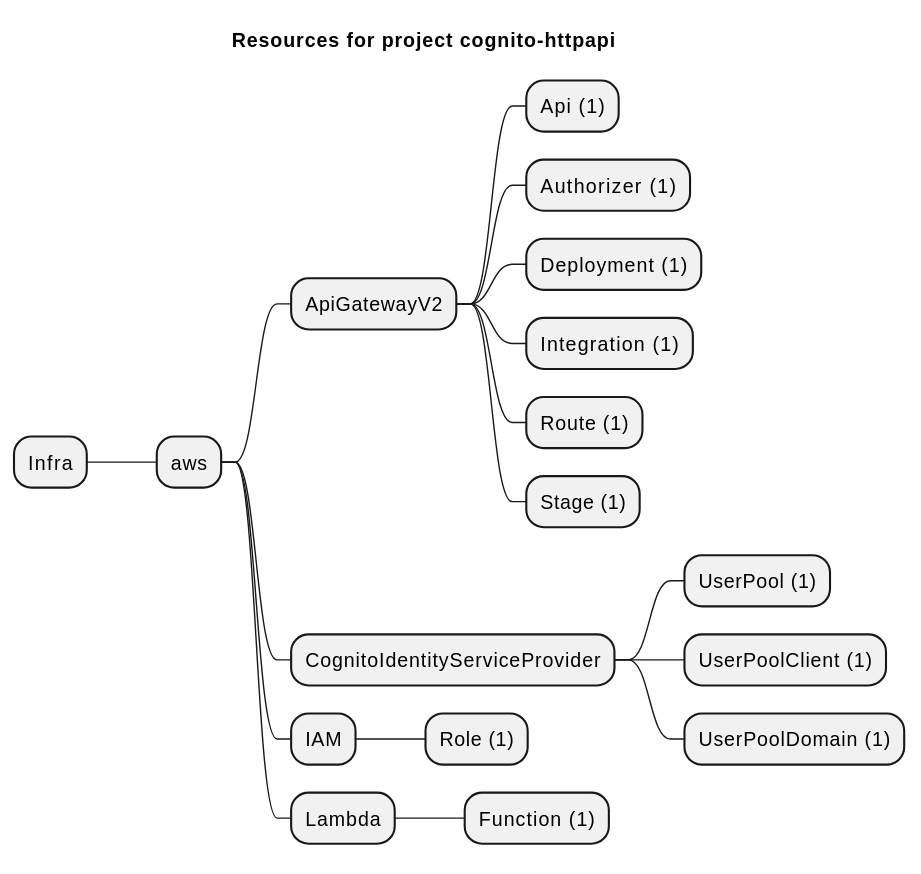
grucloud/grucloud keeps this PlantUML diagram as examples/aws/CognitoIdentity/cognito-httpapi/artifacts/resources-mindmap.svg. Above is the earlier version.
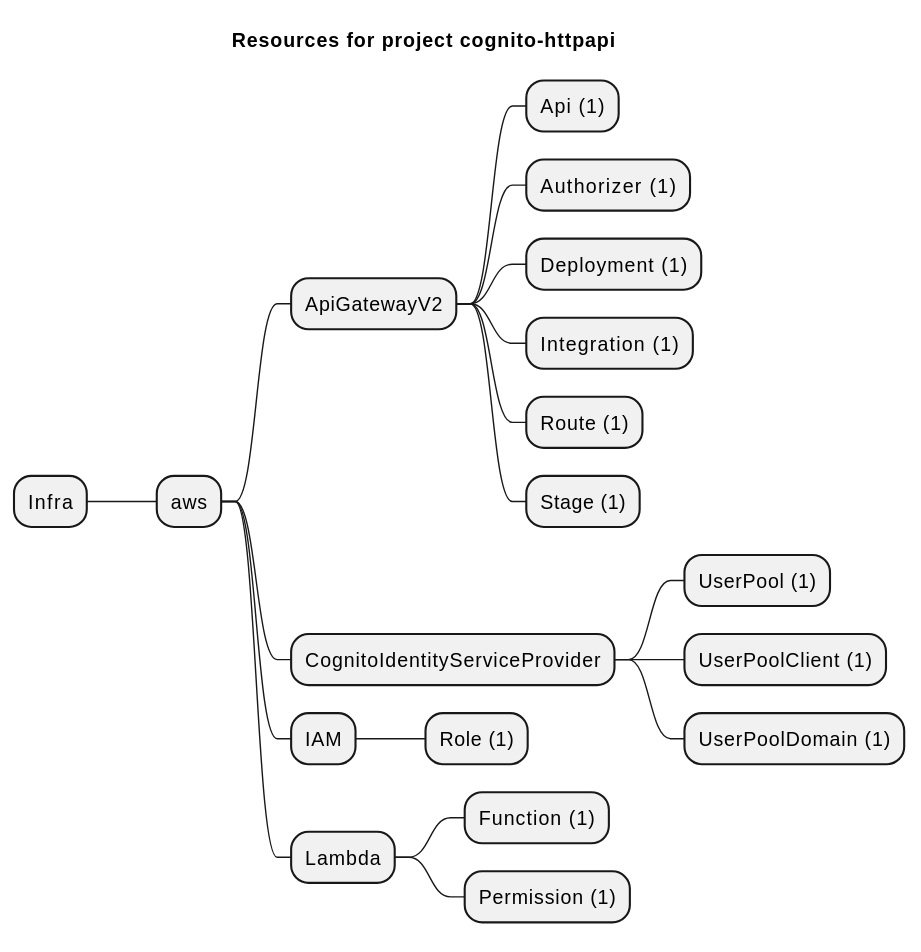
Above is the later version.

What changed in the source:
```diff
@@ -18,4 +18,5 @@
 ++++ Role (1)
 +++ Lambda
 ++++ Function (1)
+++++ Permission (1)
 @endmindmap
```
